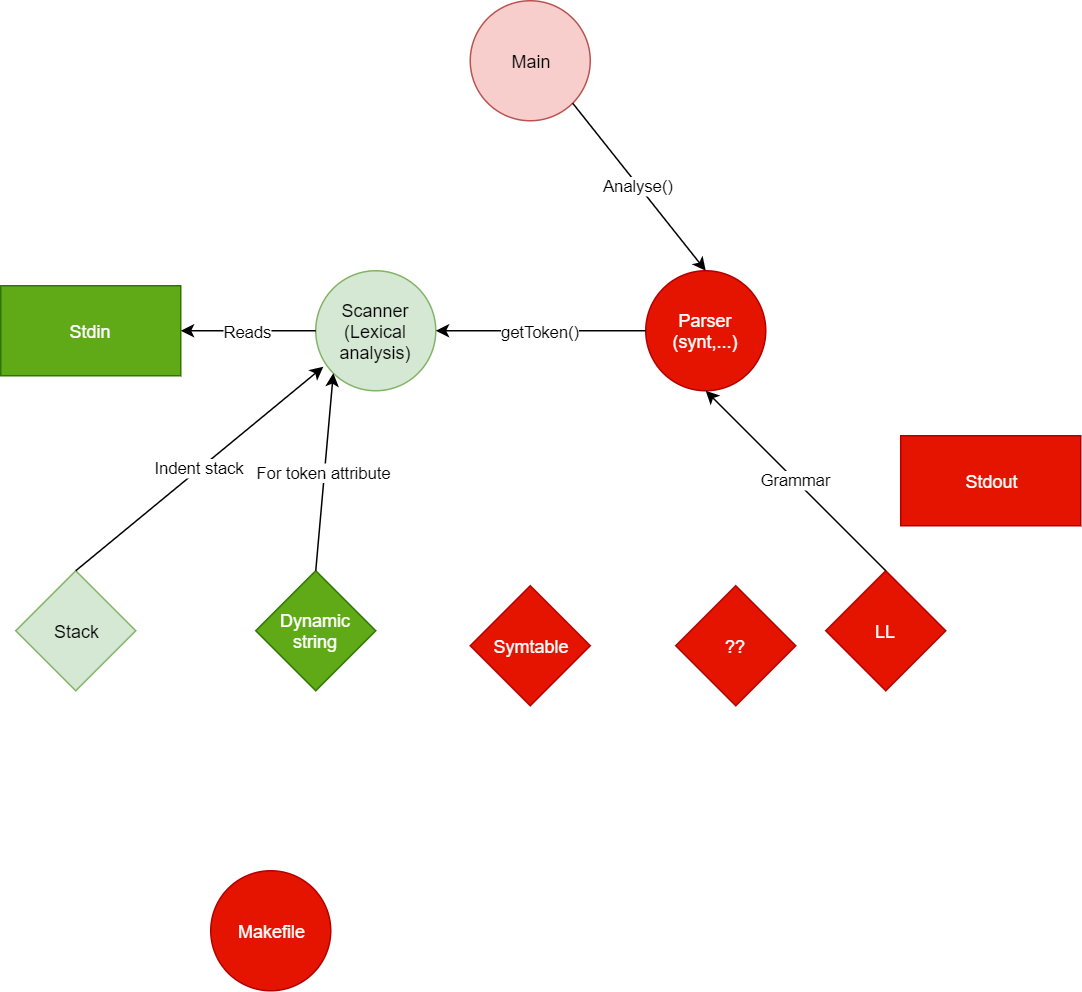
This is Map.PNG from Jetlebovec/IFJ_2019_JJJJ, a draw.io export, as it was before one commit. Source tidied: cells renumbered, new cells last; positions are measured from the earlier drawing's top-left corner, leaving out a move shared by most shapes.
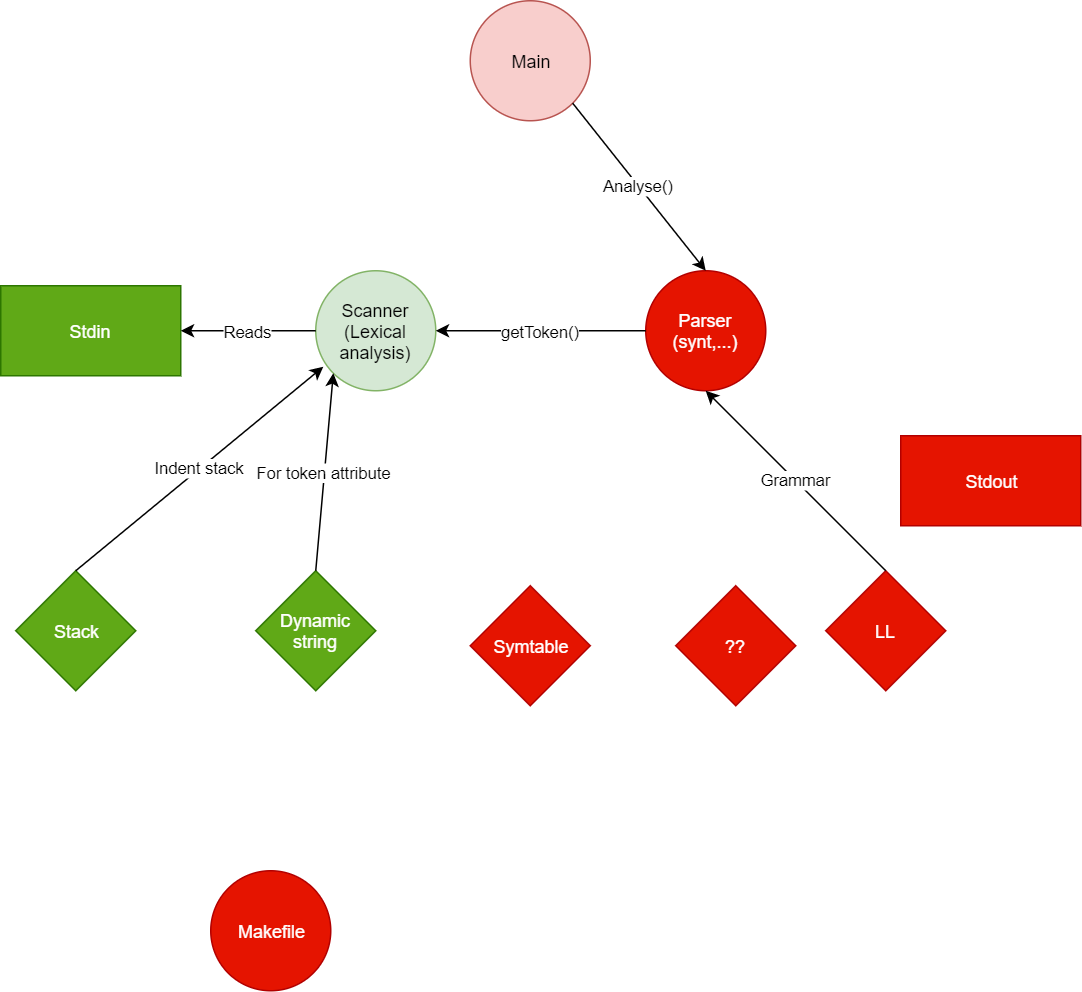
Later version of the same file.

Change to the diagram source:
```diff
@@ -32,7 +32,7 @@
     <mxCell id="11" value="Symtable" style="rhombus;whiteSpace=wrap;html=1;fillColor=#e51400;strokeColor=#B20000;fontColor=#ffffff;" parent="1" vertex="1">
       <mxGeometry x="313" y="390" width="80" height="80" as="geometry" />
     </mxCell>
-    <mxCell id="12" value="Stack" style="rhombus;whiteSpace=wrap;html=1;fillColor=#d5e8d4;strokeColor=#82b366;" parent="1" vertex="1">
+    <mxCell id="12" value="Stack" style="rhombus;whiteSpace=wrap;html=1;fillColor=#60a917;strokeColor=#2D7600;fontColor=#ffffff;" parent="1" vertex="1">
       <mxGeometry x="10" y="380" width="80" height="80" as="geometry" />
     </mxCell>
     <mxCell id="13" value="Indent stack&lt;br&gt;" style="endArrow=classic;html=1;entryX=0.063;entryY=0.8;entryDx=0;entryDy=0;entryPerimeter=0;exitX=0.5;exitY=0;exitDx=0;exitDy=0;" parent="1" edge="1" source="12" target="3">
```
